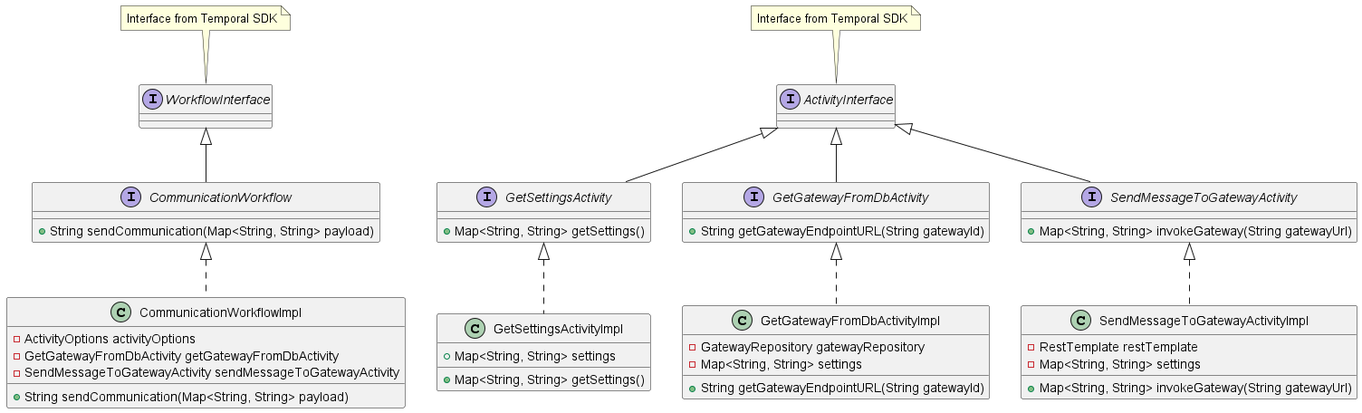
This is Designs/Images/System Context/Components/WorkflowClassDiagram.png from CameronWard301/communication_scheduler, a PlantUML export, as it was before one commit.
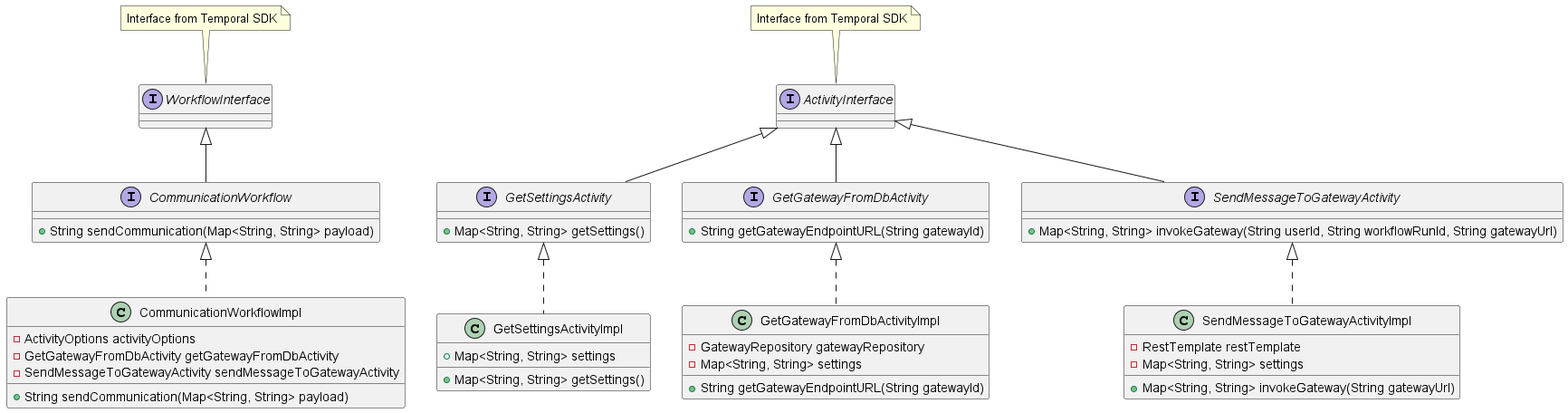
The same file after the commit.

Diff of the diagram source:
```diff
@@ -48,7 +48,7 @@
 }
 
 interface SendMessageToGatewayActivity extends ActivityInterface {
-    + Map<String, String> invokeGateway(String gatewayUrl)
+    + Map<String, String> invokeGateway(String userId, String workflowRunId, String gatewayUrl)
 }
 
 class SendMessageToGatewayActivityImpl implements SendMessageToGatewayActivity {
```
